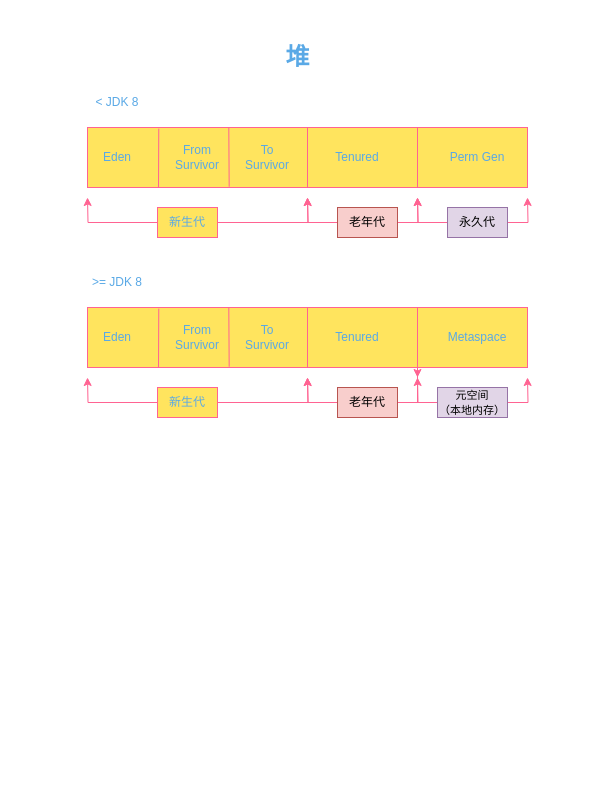
guaguaerhao/draw.io keeps this draw.io diagram as Java/堆结构.drawio. Above is the earlier version. Source tidied: cells renumbered, new cells numbered last; positions are measured from the earlier drawing's top-left corner, leaving out a move shared by most shapes. Both pictures are drawn from the tidied source at 100%, with x=0, y=0 at pixel (87, 37).
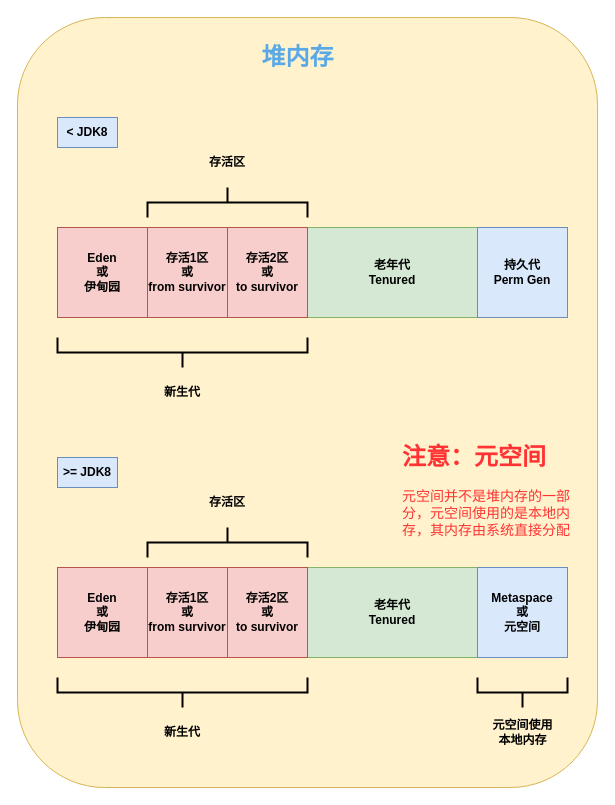
Above is the later version.

Diff of the diagram source:
```diff
@@
-    <mxCell id="2" style="rounded=0;whiteSpace=wrap;html=1;labelBackgroundColor=none;fillColor=#FFE45E;strokeColor=#FF6392;fontColor=#5AA9E6;" parent="1" vertex="1">
-      <mxGeometry y="90" width="440" height="60" as="geometry" />
-    </mxCell>
-    <mxCell id="3" style="edgeStyle=orthogonalEdgeStyle;rounded=0;jettySize=auto;html=1;labelBackgroundColor=none;strokeColor=#FF6392;fontColor=default;" parent="1" edge="1" source="5">
-      <mxGeometry relative="1" as="geometry">
-        <mxPoint y="160" as="targetPoint" />
-      </mxGeometry>
-    </mxCell>
-    <mxCell id="4" style="edgeStyle=orthogonalEdgeStyle;rounded=0;jettySize=auto;html=1;labelBackgroundColor=none;strokeColor=#FF6392;fontColor=default;" parent="1" edge="1" source="5">
-      <mxGeometry relative="1" as="geometry">
-        <mxPoint x="220" y="160" as="targetPoint" />
-      </mxGeometry>
-    </mxCell>
-    <mxCell id="5" value="新生代" style="text;html=1;strokeColor=#FF6392;fillColor=#FFE45E;align=center;verticalAlign=middle;whiteSpace=wrap;rounded=0;fontColor=#5AA9E6;labelBackgroundColor=none;" parent="1" vertex="1">
-      <mxGeometry x="70" y="170" width="60" height="30" as="geometry" />
-    </mxCell>
-    <mxCell id="6" style="edgeStyle=orthogonalEdgeStyle;rounded=0;jettySize=auto;html=1;strokeColor=#FF6392;fontColor=#5AA9E6;fillColor=#FFE45E;" parent="1" edge="1" source="8">
-      <mxGeometry relative="1" as="geometry">
-        <mxPoint x="440" y="160" as="targetPoint" />
-      </mxGeometry>
-    </mxCell>
-    <mxCell id="7" style="edgeStyle=orthogonalEdgeStyle;rounded=0;jettySize=auto;html=1;strokeColor=#FF6392;fontColor=#5AA9E6;fillColor=#FFE45E;" parent="1" edge="1" source="8">
-      <mxGeometry relative="1" as="geometry">
-        <mxPoint x="330" y="160" as="targetPoint" />
-      </mxGeometry>
-    </mxCell>
-    <mxCell id="8" value="永久代" style="text;html=1;strokeColor=#9673a6;fillColor=#e1d5e7;align=center;verticalAlign=middle;whiteSpace=wrap;rounded=0;labelBackgroundColor=none;" parent="1" vertex="1">
-      <mxGeometry x="360" y="170" width="60" height="30" as="geometry" />
-    </mxCell>
-    <mxCell id="9" style="edgeStyle=orthogonalEdgeStyle;rounded=0;jettySize=auto;html=1;strokeColor=#FF6392;fontColor=#5AA9E6;fillColor=#FFE45E;" parent="1" edge="1" source="11">
-      <mxGeometry relative="1" as="geometry">
-        <mxPoint x="220" y="160" as="targetPoint" />
-      </mxGeometry>
-    </mxCell>
-    <mxCell id="10" style="edgeStyle=orthogonalEdgeStyle;rounded=0;jettySize=auto;html=1;strokeColor=#FF6392;fontColor=#5AA9E6;fillColor=#FFE45E;" parent="1" edge="1" source="11">
-      <mxGeometry relative="1" as="geometry">
-        <mxPoint x="330" y="160" as="targetPoint" />
-      </mxGeometry>
-    </mxCell>
-    <mxCell id="11" value="老年代" style="text;html=1;strokeColor=#b85450;fillColor=#f8cecc;align=center;verticalAlign=middle;whiteSpace=wrap;rounded=0;labelBackgroundColor=none;fillStyle=auto;" parent="1" vertex="1">
-      <mxGeometry x="250" y="170" width="60" height="30" as="geometry" />
-    </mxCell>
-    <mxCell id="12" style="endArrow=none;html=1;rounded=0;entryX=0.5;entryY=0;entryDx=0;entryDy=0;exitX=0.5;exitY=1;exitDx=0;exitDy=0;labelBackgroundColor=none;strokeColor=#FF6392;fontColor=default;" parent="1" edge="1" source="2" target="2">
-      <mxGeometry relative="1" as="geometry" />
-    </mxCell>
-    <mxCell id="13" style="endArrow=none;html=1;rounded=0;entryX=0.75;entryY=0;entryDx=0;entryDy=0;exitX=0.75;exitY=1;exitDx=0;exitDy=0;labelBackgroundColor=none;strokeColor=#FF6392;fontColor=default;" parent="1" edge="1" source="2" target="2">
-      <mxGeometry relative="1" as="geometry" />
-    </mxCell>
-    <mxCell id="14" style="endArrow=none;html=1;rounded=0;entryX=0.162;entryY=0.02;entryDx=0;entryDy=0;entryPerimeter=0;labelBackgroundColor=none;strokeColor=#FF6392;fontColor=default;" parent="1" edge="1" target="2">
-      <mxGeometry relative="1" as="geometry">
-        <mxPoint x="71" y="150" as="sourcePoint" />
-      </mxGeometry>
-    </mxCell>
-    <mxCell id="15" style="endArrow=none;html=1;rounded=0;entryX=0.162;entryY=0.02;entryDx=0;entryDy=0;entryPerimeter=0;exitX=0.322;exitY=0.987;exitDx=0;exitDy=0;exitPerimeter=0;labelBackgroundColor=none;strokeColor=#FF6392;fontColor=default;" parent="1" edge="1" source="2">
-      <mxGeometry relative="1" as="geometry">
-        <mxPoint x="141.3" y="90" as="targetPoint" />
-      </mxGeometry>
-    </mxCell>
-    <mxCell id="16" value="Eden" style="text;html=1;strokeColor=none;fillColor=none;align=center;verticalAlign=middle;whiteSpace=wrap;rounded=0;labelBackgroundColor=none;fontColor=#5AA9E6;" parent="1" vertex="1">
-      <mxGeometry y="105" width="60" height="30" as="geometry" />
-    </mxCell>
-    <mxCell id="17" value="From&lt;br&gt;Survivor" style="text;html=1;strokeColor=none;fillColor=none;align=center;verticalAlign=middle;whiteSpace=wrap;rounded=0;labelBackgroundColor=none;fontColor=#5AA9E6;" parent="1" vertex="1">
-      <mxGeometry x="80" y="105" width="60" height="30" as="geometry" />
-    </mxCell>
-    <mxCell id="18" value="To&lt;br&gt;Survivor" style="text;html=1;strokeColor=none;fillColor=none;align=center;verticalAlign=middle;whiteSpace=wrap;rounded=0;labelBackgroundColor=none;fontColor=#5AA9E6;" parent="1" vertex="1">
-      <mxGeometry x="150" y="105" width="60" height="30" as="geometry" />
-    </mxCell>
+    <mxCell id="43" style="rounded=1;whiteSpace=wrap;html=1;fillColor=#fff2cc;strokeColor=#d6b656;" parent="1" vertex="1">
+      <mxGeometry x="-70" y="-20" width="580" height="770" as="geometry" />
+    </mxCell>
-    <mxCell id="19" value="堆" style="text;strokeColor=none;fillColor=none;html=1;fontSize=24;fontStyle=1;verticalAlign=middle;align=center;labelBackgroundColor=none;fontColor=#5AA9E6;" parent="1" vertex="1">
+    <mxCell id="19" value="堆内存" style="text;strokeColor=none;fillColor=none;html=1;fontSize=24;fontStyle=1;verticalAlign=middle;align=center;labelBackgroundColor=none;fontColor=#5AA9E6;" parent="1" vertex="1">
       <mxGeometry x="160" width="100" height="40" as="geometry" />
     </mxCell>
-    <mxCell id="20" value="Tenured" style="text;html=1;strokeColor=none;fillColor=none;align=center;verticalAlign=middle;whiteSpace=wrap;rounded=0;labelBackgroundColor=none;fontColor=#5AA9E6;" parent="1" vertex="1">
-      <mxGeometry x="240" y="105" width="60" height="30" as="geometry" />
-    </mxCell>
-    <mxCell id="21" value="Perm Gen" style="text;html=1;strokeColor=none;fillColor=none;align=center;verticalAlign=middle;whiteSpace=wrap;rounded=0;labelBackgroundColor=none;fontColor=#5AA9E6;" parent="1" vertex="1">
-      <mxGeometry x="360" y="105" width="60" height="30" as="geometry" />
-    </mxCell>
-    <mxCell id="22" value="&amp;lt; JDK 8" style="text;html=1;strokeColor=none;fillColor=none;align=center;verticalAlign=middle;whiteSpace=wrap;rounded=0;fontColor=#5AA9E6;" parent="1" vertex="1">
-      <mxGeometry y="50" width="60" height="30" as="geometry" />
-    </mxCell>
-    <mxCell id="23" style="rounded=0;whiteSpace=wrap;html=1;labelBackgroundColor=none;fillColor=#FFE45E;strokeColor=#FF6392;fontColor=#5AA9E6;" parent="1" vertex="1">
-      <mxGeometry y="270" width="440" height="60" as="geometry" />
-    </mxCell>
-    <mxCell id="24" style="edgeStyle=orthogonalEdgeStyle;rounded=0;jettySize=auto;html=1;labelBackgroundColor=none;strokeColor=#FF6392;fontColor=default;" parent="1" edge="1" source="26">
-      <mxGeometry relative="1" as="geometry">
-        <mxPoint y="340" as="targetPoint" />
-      </mxGeometry>
-    </mxCell>
-    <mxCell id="25" style="edgeStyle=orthogonalEdgeStyle;rounded=0;jettySize=auto;html=1;labelBackgroundColor=none;strokeColor=#FF6392;fontColor=default;" parent="1" edge="1" source="26">
-      <mxGeometry relative="1" as="geometry">
-        <mxPoint x="220" y="340" as="targetPoint" />
-      </mxGeometry>
-    </mxCell>
-    <mxCell id="26" value="新生代" style="text;html=1;strokeColor=#FF6392;fillColor=#FFE45E;align=center;verticalAlign=middle;whiteSpace=wrap;rounded=0;fontColor=#5AA9E6;labelBackgroundColor=none;" parent="1" vertex="1">
-      <mxGeometry x="70" y="350" width="60" height="30" as="geometry" />
-    </mxCell>
-    <mxCell id="27" style="edgeStyle=orthogonalEdgeStyle;rounded=0;jettySize=auto;html=1;strokeColor=#FF6392;fontColor=#5AA9E6;fillColor=#FFE45E;" parent="1" edge="1" source="29">
-      <mxGeometry relative="1" as="geometry">
-        <mxPoint x="440" y="340" as="targetPoint" />
-      </mxGeometry>
-    </mxCell>
-    <mxCell id="28" style="edgeStyle=orthogonalEdgeStyle;rounded=0;jettySize=auto;html=1;strokeColor=#FF6392;fontColor=#5AA9E6;fillColor=#FFE45E;" parent="1" edge="1" source="29">
-      <mxGeometry relative="1" as="geometry">
-        <mxPoint x="330" y="340" as="targetPoint" />
-      </mxGeometry>
-    </mxCell>
-    <mxCell id="29" value="&lt;font style=&quot;font-size: 11px;&quot;&gt;元空间&lt;br&gt;（本地内存）&lt;/font&gt;" style="text;html=1;strokeColor=#9673a6;fillColor=#e1d5e7;align=center;verticalAlign=middle;whiteSpace=wrap;rounded=0;labelBackgroundColor=none;" parent="1" vertex="1">
-      <mxGeometry x="350" y="350" width="70" height="30" as="geometry" />
-    </mxCell>
-    <mxCell id="30" style="edgeStyle=orthogonalEdgeStyle;rounded=0;jettySize=auto;html=1;strokeColor=#FF6392;fontColor=#5AA9E6;fillColor=#FFE45E;" parent="1" edge="1" source="32">
-      <mxGeometry relative="1" as="geometry">
-        <mxPoint x="220" y="340" as="targetPoint" />
-      </mxGeometry>
-    </mxCell>
-    <mxCell id="31" style="edgeStyle=orthogonalEdgeStyle;rounded=0;jettySize=auto;html=1;strokeColor=#FF6392;fontColor=#5AA9E6;fillColor=#FFE45E;" parent="1" edge="1" source="32">
-      <mxGeometry relative="1" as="geometry">
-        <mxPoint x="330" y="340" as="targetPoint" />
-      </mxGeometry>
-    </mxCell>
-    <mxCell id="32" value="老年代" style="text;html=1;strokeColor=#b85450;fillColor=#f8cecc;align=center;verticalAlign=middle;whiteSpace=wrap;rounded=0;labelBackgroundColor=none;fillStyle=auto;" parent="1" vertex="1">
-      <mxGeometry x="250" y="350" width="60" height="30" as="geometry" />
-    </mxCell>
-    <mxCell id="33" style="endArrow=none;html=1;rounded=0;entryX=0.5;entryY=0;entryDx=0;entryDy=0;exitX=0.5;exitY=1;exitDx=0;exitDy=0;labelBackgroundColor=none;strokeColor=#FF6392;fontColor=default;" parent="1" edge="1" source="23" target="23">
-      <mxGeometry relative="1" as="geometry" />
-    </mxCell>
-    <mxCell id="34" style="endArrow=none;html=1;rounded=0;entryX=0.75;entryY=0;entryDx=0;entryDy=0;exitX=0.75;exitY=1;exitDx=0;exitDy=0;labelBackgroundColor=none;strokeColor=#FF6392;fontColor=default;" parent="1" edge="1" source="23" target="23">
-      <mxGeometry relative="1" as="geometry" />
-    </mxCell>
-    <mxCell id="35" style="endArrow=none;html=1;rounded=0;entryX=0.162;entryY=0.02;entryDx=0;entryDy=0;entryPerimeter=0;labelBackgroundColor=none;strokeColor=#FF6392;fontColor=default;" parent="1" edge="1" target="23">
-      <mxGeometry relative="1" as="geometry">
-        <mxPoint x="71" y="330" as="sourcePoint" />
-      </mxGeometry>
-    </mxCell>
-    <mxCell id="36" style="endArrow=none;html=1;rounded=0;entryX=0.162;entryY=0.02;entryDx=0;entryDy=0;entryPerimeter=0;exitX=0.322;exitY=0.987;exitDx=0;exitDy=0;exitPerimeter=0;labelBackgroundColor=none;strokeColor=#FF6392;fontColor=default;" parent="1" edge="1" source="23">
-      <mxGeometry relative="1" as="geometry">
-        <mxPoint x="141.3" y="270" as="targetPoint" />
-      </mxGeometry>
-    </mxCell>
-    <mxCell id="37" value="Eden" style="text;html=1;strokeColor=none;fillColor=none;align=center;verticalAlign=middle;whiteSpace=wrap;rounded=0;labelBackgroundColor=none;fontColor=#5AA9E6;" parent="1" vertex="1">
-      <mxGeometry y="285" width="60" height="30" as="geometry" />
-    </mxCell>
-    <mxCell id="38" value="From&lt;br&gt;Survivor" style="text;html=1;strokeColor=none;fillColor=none;align=center;verticalAlign=middle;whiteSpace=wrap;rounded=0;labelBackgroundColor=none;fontColor=#5AA9E6;" parent="1" vertex="1">
-      <mxGeometry x="80" y="285" width="60" height="30" as="geometry" />
-    </mxCell>
-    <mxCell id="39" value="To&lt;br&gt;Survivor" style="text;html=1;strokeColor=none;fillColor=none;align=center;verticalAlign=middle;whiteSpace=wrap;rounded=0;labelBackgroundColor=none;fontColor=#5AA9E6;" parent="1" vertex="1">
-      <mxGeometry x="150" y="285" width="60" height="30" as="geometry" />
-    </mxCell>
-    <mxCell id="40" value="Tenured" style="text;html=1;strokeColor=none;fillColor=none;align=center;verticalAlign=middle;whiteSpace=wrap;rounded=0;labelBackgroundColor=none;fontColor=#5AA9E6;" parent="1" vertex="1">
-      <mxGeometry x="240" y="285" width="60" height="30" as="geometry" />
-    </mxCell>
-    <mxCell id="41" value="Metaspace" style="text;html=1;strokeColor=none;fillColor=none;align=center;verticalAlign=middle;whiteSpace=wrap;rounded=0;labelBackgroundColor=none;fontColor=#5AA9E6;" parent="1" vertex="1">
-      <mxGeometry x="360" y="285" width="60" height="30" as="geometry" />
-    </mxCell>
-    <mxCell id="42" value="&amp;gt;= JDK 8" style="text;html=1;strokeColor=none;fillColor=none;align=center;verticalAlign=middle;whiteSpace=wrap;rounded=0;fontColor=#5AA9E6;" parent="1" vertex="1">
-      <mxGeometry y="230" width="60" height="30" as="geometry" />
-    </mxCell>
+    <mxCell id="44" value="老年代&lt;br&gt;Tenured" style="rounded=0;whiteSpace=wrap;html=1;fillColor=#d5e8d4;strokeColor=#82b366;fontStyle=1;" parent="1" vertex="1">
+      <mxGeometry x="220" y="190" width="170" height="90" as="geometry" />
+    </mxCell>
+    <mxCell id="45" value="Eden&lt;br&gt;或&lt;br&gt;伊甸园" style="rounded=0;whiteSpace=wrap;html=1;fillColor=#f8cecc;strokeColor=#b85450;fontStyle=1;" parent="1" vertex="1">
+      <mxGeometry x="-30" y="190" width="90" height="90" as="geometry" />
+    </mxCell>
+    <mxCell id="46" value="&lt;b&gt;&amp;lt; JDK8&lt;/b&gt;" style="text;html=1;strokeColor=#6c8ebf;fillColor=#dae8fc;align=center;verticalAlign=middle;whiteSpace=wrap;rounded=0;" parent="1" vertex="1">
+      <mxGeometry x="-30" y="80" width="60" height="30" as="geometry" />
+    </mxCell>
+    <mxCell id="47" value="存活1区&lt;br&gt;或&lt;br&gt;from survivor" style="rounded=0;whiteSpace=wrap;html=1;fillColor=#f8cecc;strokeColor=#b85450;fontStyle=1;" parent="1" vertex="1">
+      <mxGeometry x="60" y="190" width="80" height="90" as="geometry" />
+    </mxCell>
+    <mxCell id="48" value="存活2区&lt;br style=&quot;border-color: var(--border-color);&quot;&gt;或&lt;br style=&quot;border-color: var(--border-color);&quot;&gt;to survivor" style="rounded=0;whiteSpace=wrap;html=1;fillColor=#f8cecc;strokeColor=#b85450;fontStyle=1;" parent="1" vertex="1">
+      <mxGeometry x="140" y="190" width="80" height="90" as="geometry" />
+    </mxCell>
+    <mxCell id="49" value="持久代&lt;br&gt;Perm Gen" style="rounded=0;whiteSpace=wrap;html=1;fillColor=#dae8fc;strokeColor=#6c8ebf;fontStyle=1;" parent="1" vertex="1">
+      <mxGeometry x="390" y="190" width="90" height="90" as="geometry" />
+    </mxCell>
+    <mxCell id="50" style="strokeWidth=2;html=1;shape=mxgraph.flowchart.annotation_2;align=left;labelPosition=right;direction=north;fontStyle=1;" parent="1" vertex="1">
+      <mxGeometry x="-30" y="300" width="250" height="30" as="geometry" />
+    </mxCell>
+    <mxCell id="51" value="新生代" style="text;html=1;strokeColor=none;fillColor=none;align=center;verticalAlign=middle;whiteSpace=wrap;rounded=0;fontStyle=1;" parent="1" vertex="1">
+      <mxGeometry x="65" y="340" width="60" height="30" as="geometry" />
+    </mxCell>
+    <mxCell id="52" style="strokeWidth=2;html=1;shape=mxgraph.flowchart.annotation_2;align=left;labelPosition=right;direction=south;fontStyle=1;" parent="1" vertex="1">
+      <mxGeometry x="60" y="150" width="160" height="30" as="geometry" />
+    </mxCell>
+    <mxCell id="53" value="存活区" style="text;html=1;strokeColor=none;fillColor=none;align=center;verticalAlign=middle;whiteSpace=wrap;rounded=0;fontStyle=1;" parent="1" vertex="1">
+      <mxGeometry x="110" y="110" width="60" height="30" as="geometry" />
+    </mxCell>
+    <mxCell id="54" value="老年代&lt;br&gt;Tenured" style="rounded=0;whiteSpace=wrap;html=1;fillColor=#d5e8d4;strokeColor=#82b366;fontStyle=1;" parent="1" vertex="1">
+      <mxGeometry x="220" y="530" width="170" height="90" as="geometry" />
+    </mxCell>
+    <mxCell id="55" value="Eden&lt;br&gt;或&lt;br&gt;伊甸园" style="rounded=0;whiteSpace=wrap;html=1;fillColor=#f8cecc;strokeColor=#b85450;fontStyle=1;" parent="1" vertex="1">
+      <mxGeometry x="-30" y="530" width="90" height="90" as="geometry" />
+    </mxCell>
+    <mxCell id="56" value="&lt;b&gt;&amp;gt;= JDK8&lt;/b&gt;" style="text;html=1;strokeColor=#6c8ebf;fillColor=#dae8fc;align=center;verticalAlign=middle;whiteSpace=wrap;rounded=0;" parent="1" vertex="1">
+      <mxGeometry x="-30" y="420" width="60" height="30" as="geometry" />
+    </mxCell>
+    <mxCell id="57" value="存活1区&lt;br&gt;或&lt;br&gt;from survivor" style="rounded=0;whiteSpace=wrap;html=1;fillColor=#f8cecc;strokeColor=#b85450;fontStyle=1;" parent="1" vertex="1">
+      <mxGeometry x="60" y="530" width="80" height="90" as="geometry" />
+    </mxCell>
+    <mxCell id="58" value="存活2区&lt;br style=&quot;border-color: var(--border-color);&quot;&gt;或&lt;br style=&quot;border-color: var(--border-color);&quot;&gt;to survivor" style="rounded=0;whiteSpace=wrap;html=1;fillColor=#f8cecc;strokeColor=#b85450;fontStyle=1;" parent="1" vertex="1">
+      <mxGeometry x="140" y="530" width="80" height="90" as="geometry" />
+    </mxCell>
+    <mxCell id="59" value="Metaspace&lt;br&gt;或&lt;br&gt;元空间" style="rounded=0;whiteSpace=wrap;html=1;fillColor=#dae8fc;strokeColor=#6c8ebf;fontStyle=1;" parent="1" vertex="1">
+      <mxGeometry x="390" y="530" width="90" height="90" as="geometry" />
+    </mxCell>
+    <mxCell id="60" style="strokeWidth=2;html=1;shape=mxgraph.flowchart.annotation_2;align=left;labelPosition=right;direction=north;fontStyle=1;" parent="1" vertex="1">
+      <mxGeometry x="-30" y="640" width="250" height="30" as="geometry" />
+    </mxCell>
+    <mxCell id="61" value="新生代" style="text;html=1;strokeColor=none;fillColor=none;align=center;verticalAlign=middle;whiteSpace=wrap;rounded=0;fontStyle=1;" parent="1" vertex="1">
+      <mxGeometry x="65" y="680" width="60" height="30" as="geometry" />
+    </mxCell>
+    <mxCell id="62" style="strokeWidth=2;html=1;shape=mxgraph.flowchart.annotation_2;align=left;labelPosition=right;direction=south;fontStyle=1;" parent="1" vertex="1">
+      <mxGeometry x="60" y="490" width="160" height="30" as="geometry" />
+    </mxCell>
+    <mxCell id="63" value="存活区" style="text;html=1;strokeColor=none;fillColor=none;align=center;verticalAlign=middle;whiteSpace=wrap;rounded=0;fontStyle=1;" parent="1" vertex="1">
+      <mxGeometry x="110" y="450" width="60" height="30" as="geometry" />
+    </mxCell>
+    <mxCell id="64" style="strokeWidth=2;html=1;shape=mxgraph.flowchart.annotation_2;align=left;labelPosition=right;direction=north;fontStyle=1;" parent="1" vertex="1">
+      <mxGeometry x="390" y="640" width="90" height="30" as="geometry" />
+    </mxCell>
+    <mxCell id="65" value="元空间使用本地内存" style="text;html=1;strokeColor=none;fillColor=none;align=center;verticalAlign=middle;whiteSpace=wrap;rounded=0;fontStyle=1;" parent="1" vertex="1">
+      <mxGeometry x="402.5" y="680" width="65" height="30" as="geometry" />
+    </mxCell>
+    <mxCell id="66" value="&lt;h1&gt;注意：元空间&lt;/h1&gt;&lt;p&gt;&lt;font style=&quot;font-size: 14px;&quot;&gt;元空间并不是堆内存的一部分，元空间使用的是本地内存，其内存由系统直接分配&lt;/font&gt;&lt;/p&gt;" style="text;html=1;strokeColor=none;fillColor=none;spacing=5;spacingTop=-20;whiteSpace=wrap;overflow=hidden;rounded=0;fontColor=#FF3333;" parent="1" vertex="1">
+      <mxGeometry x="310" y="400" width="190" height="100" as="geometry" />
+    </mxCell>
```
